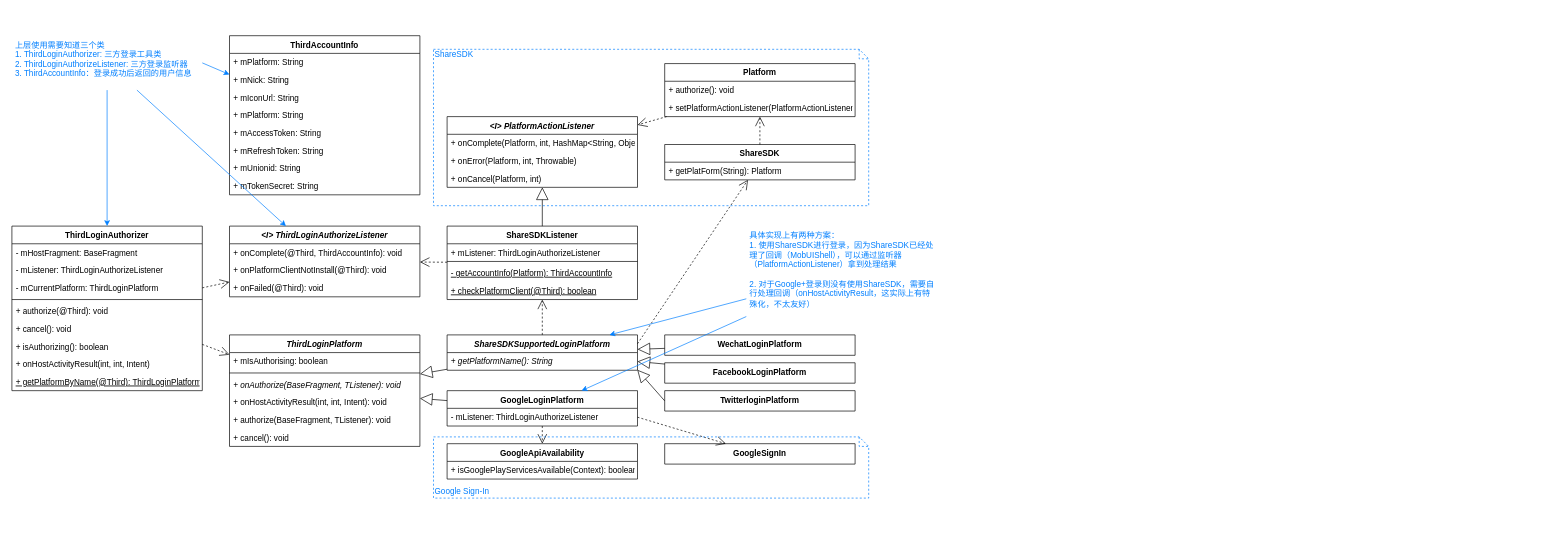
Above: ShareSDK.drawio in Cmdone/Draw.io (draw.io), before the change. Source tidied: cells renumbered, new cells numbered last; positions are measured from the earlier drawing's top-left corner, leaving out a move shared by most shapes. Both pictures are drawn from the tidied source at 68%, with x=0, y=0 at pixel (12, 35).
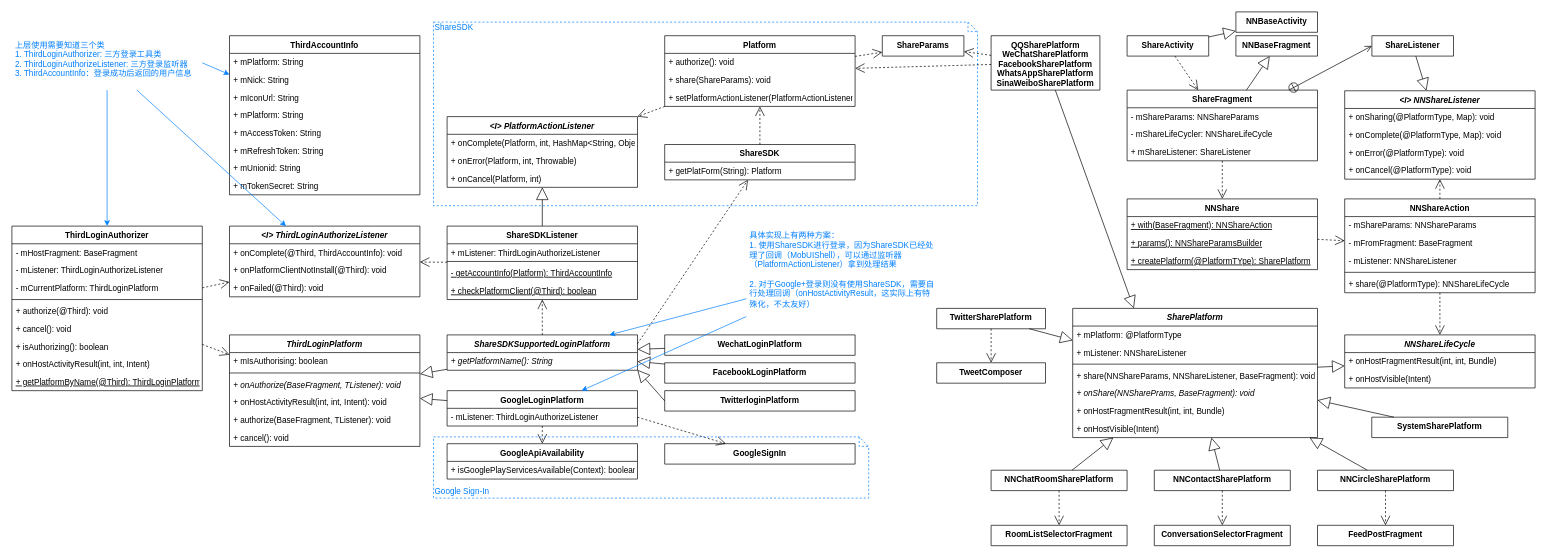
The same page after the edit.

What changed in the source:
```diff
@@
+    <mxCell id="78" value="ShareSDK" style="shape=note;whiteSpace=wrap;html=1;size=14;verticalAlign=top;align=left;spacingTop=-6;fontColor=#007FFF;fillColor=none;dashed=1;perimeterSpacing=0;strokeColor=#007FFF;" parent="1" vertex="1">
+      <mxGeometry x="620" y="-20" width="800" height="270" as="geometry" />
+    </mxCell>
@@
     <mxCell id="44" value="Platform" style="swimlane;fontStyle=1;align=center;verticalAlign=top;horizontal=1;startSize=26;" parent="1" vertex="1">
-      <mxGeometry x="960" y="41" width="280" height="78" as="geometry" />
+      <mxGeometry x="960" width="280" height="104" as="geometry" />
     </mxCell>
@@
+    <mxCell id="80" value="+ share(ShareParams): void" style="text;strokeColor=none;fillColor=none;align=left;verticalAlign=top;spacingLeft=4;spacingRight=4;overflow=hidden;fontStyle=0;" parent="44" vertex="1">
+      <mxGeometry y="52" width="280" height="26" as="geometry" />
+    </mxCell>
     <mxCell id="46" value="+ setPlatformActionListener(PlatformActionListener)" style="text;strokeColor=none;fillColor=none;align=left;verticalAlign=top;spacingLeft=4;spacingRight=4;overflow=hidden;" parent="44" vertex="1">
-      <mxGeometry y="52" width="280" height="26" as="geometry" />
+      <mxGeometry y="78" width="280" height="26" as="geometry" />
     </mxCell>
@@
-    <mxCell id="78" value="ShareSDK" style="shape=note;whiteSpace=wrap;html=1;size=14;verticalAlign=top;align=left;spacingTop=-6;fontColor=#007FFF;fillColor=none;dashed=1;perimeterSpacing=0;strokeColor=#007FFF;" parent="1" vertex="1">
-      <mxGeometry x="620" y="20" width="640" height="230" as="geometry" />
-    </mxCell>
@@
+    <mxCell id="81" value="ShareParams" style="swimlane;fontStyle=1;align=center;verticalAlign=top;horizontal=1;startSize=30;" parent="1" vertex="1">
+      <mxGeometry x="1280" width="120" height="30" as="geometry" />
+    </mxCell>
+    <mxCell id="82" style="endArrow=open;endSize=12;dashed=1;html=1;" parent="1" edge="1" source="44" target="81">
+      <mxGeometry relative="1" as="geometry" />
+    </mxCell>
+    <mxCell id="83" value="ShareActivity" style="swimlane;fontStyle=1;align=center;verticalAlign=top;horizontal=1;startSize=30;" parent="1" vertex="1">
+      <mxGeometry x="1640" width="120" height="30" as="geometry" />
+    </mxCell>
+    <mxCell id="84" style="endArrow=open;endSize=12;dashed=1;html=1;" parent="1" edge="1" source="83" target="85">
+      <mxGeometry relative="1" as="geometry" />
+    </mxCell>
+    <mxCell id="85" value="ShareFragment" style="swimlane;fontStyle=1;align=center;verticalAlign=top;horizontal=1;startSize=26;" parent="1" vertex="1">
+      <mxGeometry x="1640" y="80" width="280" height="104" as="geometry" />
+    </mxCell>
+    <mxCell id="86" value="- mShareParams: NNShareParams" style="text;strokeColor=none;fillColor=none;align=left;verticalAlign=top;spacingLeft=4;spacingRight=4;overflow=hidden;fontStyle=0;" parent="85" vertex="1">
+      <mxGeometry y="26" width="280" height="26" as="geometry" />
+    </mxCell>
+    <mxCell id="87" value="- mShareLifeCycler: NNShareLifeCycle" style="text;strokeColor=none;fillColor=none;align=left;verticalAlign=top;spacingLeft=4;spacingRight=4;overflow=hidden;fontStyle=0;" parent="85" vertex="1">
+      <mxGeometry y="52" width="280" height="26" as="geometry" />
+    </mxCell>
+    <mxCell id="88" value="+ mShareListener: ShareListener" style="text;strokeColor=none;fillColor=none;align=left;verticalAlign=top;spacingLeft=4;spacingRight=4;overflow=hidden;" parent="85" vertex="1">
+      <mxGeometry y="78" width="280" height="26" as="geometry" />
+    </mxCell>
+    <mxCell id="89" value="NNBaseActivity" style="swimlane;fontStyle=1;align=center;verticalAlign=top;horizontal=1;startSize=30;" parent="1" vertex="1">
+      <mxGeometry x="1800" y="-35" width="120" height="30" as="geometry" />
+    </mxCell>
+    <mxCell id="90" value="NNBaseFragment" style="swimlane;fontStyle=1;align=center;verticalAlign=top;horizontal=1;startSize=30;" parent="1" vertex="1">
+      <mxGeometry x="1800" width="120" height="30" as="geometry" />
+    </mxCell>
+    <mxCell id="91" style="endArrow=block;endSize=16;endFill=0;html=1;strokeColor=#000000;fontColor=#007FFF;" parent="1" edge="1" source="83" target="89">
+      <mxGeometry relative="1" as="geometry" />
+    </mxCell>
+    <mxCell id="92" style="endArrow=block;endSize=16;endFill=0;html=1;strokeColor=#000000;fontColor=#007FFF;" parent="1" edge="1" source="85" target="90">
+      <mxGeometry relative="1" as="geometry" />
+    </mxCell>
+    <mxCell id="93" value="ShareListener" style="swimlane;fontStyle=1;align=center;verticalAlign=top;horizontal=1;startSize=30;" parent="1" vertex="1" collapsed="1">
+      <mxGeometry x="2000" width="120" height="30" as="geometry" />
+    </mxCell>
+    <mxCell id="94" style="endArrow=open;startArrow=circlePlus;endFill=0;startFill=0;endSize=8;html=1;strokeColor=#000000;fontColor=#007FFF;" parent="1" edge="1" source="85">
+      <mxGeometry relative="1" as="geometry">
+        <mxPoint x="2000" y="15" as="targetPoint" />
+      </mxGeometry>
+    </mxCell>
+    <mxCell id="95" value="&lt;I&gt; NNShareListener" style="swimlane;fontStyle=3;align=center;verticalAlign=top;horizontal=1;startSize=26;" parent="1" vertex="1">
+      <mxGeometry x="1960" y="81" width="280" height="130" as="geometry" />
+    </mxCell>
+    <mxCell id="96" value="+ onSharing(@PlatformType, Map): void" style="text;strokeColor=none;fillColor=none;align=left;verticalAlign=top;spacingLeft=4;spacingRight=4;overflow=hidden;fontStyle=0;" parent="95" vertex="1">
+      <mxGeometry y="26" width="280" height="26" as="geometry" />
+    </mxCell>
+    <mxCell id="97" value="+ onComplete(@PlatformType, Map): void" style="text;strokeColor=none;fillColor=none;align=left;verticalAlign=top;spacingLeft=4;spacingRight=4;overflow=hidden;fontStyle=0;" parent="95" vertex="1">
+      <mxGeometry y="52" width="280" height="26" as="geometry" />
+    </mxCell>
+    <mxCell id="98" value="+ onError(@PlatformType): void" style="text;strokeColor=none;fillColor=none;align=left;verticalAlign=top;spacingLeft=4;spacingRight=4;overflow=hidden;" parent="95" vertex="1">
+      <mxGeometry y="78" width="280" height="26" as="geometry" />
+    </mxCell>
+    <mxCell id="99" value="+ onCancel(@PlatformType): void" style="text;strokeColor=none;fillColor=none;align=left;verticalAlign=top;spacingLeft=4;spacingRight=4;overflow=hidden;" parent="95" vertex="1">
+      <mxGeometry y="104" width="280" height="26" as="geometry" />
+    </mxCell>
+    <mxCell id="100" style="endArrow=block;endSize=16;endFill=0;html=1;strokeColor=#000000;fontColor=#007FFF;" parent="1" edge="1" source="93" target="95">
+      <mxGeometry relative="1" as="geometry" />
+    </mxCell>
+    <mxCell id="101" value="NNShare" style="swimlane;fontStyle=1;align=center;verticalAlign=top;horizontal=1;startSize=26;" parent="1" vertex="1">
+      <mxGeometry x="1640" y="240" width="280" height="104" as="geometry" />
+    </mxCell>
+    <mxCell id="102" value="+ with(BaseFragment): NNShareAction" style="text;strokeColor=none;fillColor=none;align=left;verticalAlign=top;spacingLeft=4;spacingRight=4;overflow=hidden;fontStyle=4;" parent="101" vertex="1">
+      <mxGeometry y="26" width="280" height="26" as="geometry" />
+    </mxCell>
+    <mxCell id="103" value="+ params(): NNShareParamsBuilder" style="text;strokeColor=none;fillColor=none;align=left;verticalAlign=top;spacingLeft=4;spacingRight=4;overflow=hidden;fontStyle=4;" parent="101" vertex="1">
+      <mxGeometry y="52" width="280" height="26" as="geometry" />
+    </mxCell>
+    <mxCell id="104" value="+ createPlatform(@PlatformTYpe): SharePlatform" style="text;strokeColor=none;fillColor=none;align=left;verticalAlign=top;spacingLeft=4;spacingRight=4;overflow=hidden;fontStyle=4;" parent="101" vertex="1">
+      <mxGeometry y="78" width="280" height="26" as="geometry" />
+    </mxCell>
+    <mxCell id="105" value="NNShareAction" style="swimlane;fontStyle=1;align=center;verticalAlign=top;horizontal=1;startSize=26;" parent="1" vertex="1">
+      <mxGeometry x="1960" y="240" width="280" height="138" as="geometry" />
+    </mxCell>
+    <mxCell id="106" value="- mShareParams: NNShareParams" style="text;strokeColor=none;fillColor=none;align=left;verticalAlign=top;spacingLeft=4;spacingRight=4;overflow=hidden;fontStyle=0;" parent="105" vertex="1">
+      <mxGeometry y="26" width="280" height="26" as="geometry" />
+    </mxCell>
+    <mxCell id="107" value="- mFromFragment: BaseFragment" style="text;strokeColor=none;fillColor=none;align=left;verticalAlign=top;spacingLeft=4;spacingRight=4;overflow=hidden;fontStyle=0;" parent="105" vertex="1">
+      <mxGeometry y="52" width="280" height="26" as="geometry" />
+    </mxCell>
+    <mxCell id="108" value="- mListener: NNShareListener" style="text;strokeColor=none;fillColor=none;align=left;verticalAlign=top;spacingLeft=4;spacingRight=4;overflow=hidden;fontStyle=0;" parent="105" vertex="1">
+      <mxGeometry y="78" width="280" height="26" as="geometry" />
+    </mxCell>
+    <mxCell id="109" style="line;strokeWidth=1;fillColor=none;align=left;verticalAlign=middle;spacingTop=-1;spacingLeft=3;spacingRight=3;labelPosition=right;fontColor=#007FFF;" parent="105" vertex="1">
+      <mxGeometry y="104" width="280" height="8" as="geometry" />
+    </mxCell>
+    <mxCell id="110" value="+ share(@PlatformType): NNShareLifeCycle" style="text;strokeColor=none;fillColor=none;align=left;verticalAlign=top;spacingLeft=4;spacingRight=4;overflow=hidden;fontStyle=0;" parent="105" vertex="1">
+      <mxGeometry y="112" width="280" height="26" as="geometry" />
+    </mxCell>
+    <mxCell id="111" style="endArrow=open;endSize=12;dashed=1;html=1;strokeColor=#000000;fontColor=#007FFF;" parent="1" edge="1" source="85" target="101">
+      <mxGeometry relative="1" as="geometry" />
+    </mxCell>
+    <mxCell id="112" style="endArrow=open;endSize=12;dashed=1;html=1;strokeColor=#000000;fontColor=#007FFF;" parent="1" edge="1" source="101" target="105">
+      <mxGeometry relative="1" as="geometry" />
+    </mxCell>
+    <mxCell id="113" style="endArrow=open;endSize=12;dashed=1;html=1;strokeColor=#000000;fontColor=#007FFF;" parent="1" edge="1" source="105" target="95">
+      <mxGeometry relative="1" as="geometry" />
+    </mxCell>
+    <mxCell id="114" value="NNShareLifeCycle" style="swimlane;fontStyle=3;align=center;verticalAlign=top;horizontal=1;startSize=26;" parent="1" vertex="1">
+      <mxGeometry x="1960" y="440" width="280" height="78" as="geometry" />
+    </mxCell>
+    <mxCell id="115" value="+ onHostFragmentResult(int, int, Bundle)" style="text;strokeColor=none;fillColor=none;align=left;verticalAlign=top;spacingLeft=4;spacingRight=4;overflow=hidden;fontStyle=0;" parent="114" vertex="1">
+      <mxGeometry y="26" width="280" height="26" as="geometry" />
+    </mxCell>
+    <mxCell id="116" value="+ onHostVisible(Intent)" style="text;strokeColor=none;fillColor=none;align=left;verticalAlign=top;spacingLeft=4;spacingRight=4;overflow=hidden;fontStyle=0;" parent="114" vertex="1">
+      <mxGeometry y="52" width="280" height="26" as="geometry" />
+    </mxCell>
+    <mxCell id="117" style="endArrow=open;endSize=12;dashed=1;html=1;strokeColor=#000000;fontColor=#007FFF;" parent="1" edge="1" source="105" target="114">
+      <mxGeometry relative="1" as="geometry" />
+    </mxCell>
+    <mxCell id="118" value="SharePlatform" style="swimlane;fontStyle=3;align=center;verticalAlign=top;horizontal=1;startSize=26;" parent="1" vertex="1">
+      <mxGeometry x="1560" y="401" width="360" height="190" as="geometry" />
+    </mxCell>
+    <mxCell id="119" value="+ mPlatform: @PlatformType" style="text;strokeColor=none;fillColor=none;align=left;verticalAlign=top;spacingLeft=4;spacingRight=4;overflow=hidden;fontStyle=0;" parent="118" vertex="1">
+      <mxGeometry y="26" width="360" height="26" as="geometry" />
+    </mxCell>
+    <mxCell id="120" value="+ mListener: NNShareListener" style="text;strokeColor=none;fillColor=none;align=left;verticalAlign=top;spacingLeft=4;spacingRight=4;overflow=hidden;fontStyle=0;" parent="118" vertex="1">
+      <mxGeometry y="52" width="360" height="26" as="geometry" />
+    </mxCell>
+    <mxCell id="121" style="line;strokeWidth=1;fillColor=none;align=left;verticalAlign=middle;spacingTop=-1;spacingLeft=3;spacingRight=3;labelPosition=right;fontColor=#007FFF;" parent="118" vertex="1">
+      <mxGeometry y="78" width="360" height="8" as="geometry" />
+    </mxCell>
+    <mxCell id="122" value="+ share(NNShareParams, NNShareListener, BaseFragment): void" style="text;strokeColor=none;fillColor=none;align=left;verticalAlign=top;spacingLeft=4;spacingRight=4;overflow=hidden;fontStyle=0;" parent="118" vertex="1">
+      <mxGeometry y="86" width="360" height="26" as="geometry" />
+    </mxCell>
+    <mxCell id="123" value="+ onShare(NNSharePrams, BaseFragment): void" style="text;strokeColor=none;fillColor=none;align=left;verticalAlign=top;spacingLeft=4;spacingRight=4;overflow=hidden;fontStyle=2;" parent="118" vertex="1">
+      <mxGeometry y="112" width="360" height="26" as="geometry" />
+    </mxCell>
+    <mxCell id="124" value="+ onHostFragmentResult(int, int, Bundle)" style="text;strokeColor=none;fillColor=none;align=left;verticalAlign=top;spacingLeft=4;spacingRight=4;overflow=hidden;fontStyle=0;" parent="118" vertex="1">
+      <mxGeometry y="138" width="360" height="26" as="geometry" />
+    </mxCell>
+    <mxCell id="125" value="+ onHostVisible(Intent)" style="text;strokeColor=none;fillColor=none;align=left;verticalAlign=top;spacingLeft=4;spacingRight=4;overflow=hidden;fontStyle=0;" parent="118" vertex="1">
+      <mxGeometry y="164" width="360" height="26" as="geometry" />
+    </mxCell>
+    <mxCell id="126" style="endArrow=block;endSize=16;endFill=0;html=1;strokeColor=#000000;fontColor=#007FFF;" parent="1" edge="1" source="118" target="114">
+      <mxGeometry relative="1" as="geometry" />
+    </mxCell>
+    <mxCell id="127" value="QQSharePlatform&#10;WeChatSharePlatform&#10;FacebookSharePlatform&#10;WhatsAppSharePlatform&#10;SinaWeiboSharePlatform&#10;" style="swimlane;fontStyle=1;align=center;verticalAlign=top;horizontal=1;startSize=90;" parent="1" vertex="1">
+      <mxGeometry x="1440" width="160" height="80" as="geometry" />
+    </mxCell>
+    <mxCell id="128" style="endArrow=open;endSize=12;dashed=1;html=1;" parent="1" edge="1" source="127" target="81">
+      <mxGeometry relative="1" as="geometry" />
+    </mxCell>
+    <mxCell id="129" style="endArrow=open;endSize=12;dashed=1;html=1;" parent="1" edge="1" source="127" target="44">
+      <mxGeometry relative="1" as="geometry" />
+    </mxCell>
+    <mxCell id="130" style="endArrow=block;endSize=16;endFill=0;html=1;strokeColor=#000000;fontColor=#007FFF;entryX=0.25;entryY=0;entryDx=0;entryDy=0;" parent="1" edge="1" source="127" target="118">
+      <mxGeometry relative="1" as="geometry" />
+    </mxCell>
+    <mxCell id="131" value="NNChatRoomSharePlatform" style="swimlane;fontStyle=1;align=center;verticalAlign=top;horizontal=1;startSize=30;" parent="1" vertex="1">
+      <mxGeometry x="1440" y="639" width="200" height="30" as="geometry" />
+    </mxCell>
+    <mxCell id="132" style="endArrow=block;endSize=16;endFill=0;html=1;strokeColor=#000000;fontColor=#007FFF;" parent="1" edge="1" source="131" target="118">
+      <mxGeometry relative="1" as="geometry" />
+    </mxCell>
+    <mxCell id="133" value="RoomListSelectorFragment" style="swimlane;fontStyle=1;align=center;verticalAlign=top;horizontal=1;startSize=30;" parent="1" vertex="1">
+      <mxGeometry x="1440" y="720" width="200" height="30" as="geometry" />
+    </mxCell>
+    <mxCell id="134" style="endArrow=open;endSize=12;dashed=1;html=1;strokeColor=#000000;fontColor=#007FFF;" parent="1" edge="1" source="131" target="133">
+      <mxGeometry relative="1" as="geometry" />
+    </mxCell>
+    <mxCell id="135" value="TwitterSharePlatform" style="swimlane;fontStyle=1;align=center;verticalAlign=top;horizontal=1;startSize=30;" parent="1" vertex="1">
+      <mxGeometry x="1360" y="401" width="160" height="30" as="geometry" />
+    </mxCell>
+    <mxCell id="136" value="TweetComposer" style="swimlane;fontStyle=1;align=center;verticalAlign=top;horizontal=1;startSize=30;" parent="1" vertex="1">
+      <mxGeometry x="1360" y="481" width="160" height="30" as="geometry" />
+    </mxCell>
+    <mxCell id="137" style="endArrow=block;endSize=16;endFill=0;html=1;strokeColor=#000000;fontColor=#007FFF;" parent="1" edge="1" source="135" target="118">
+      <mxGeometry relative="1" as="geometry" />
+    </mxCell>
+    <mxCell id="138" style="endArrow=open;endSize=12;dashed=1;html=1;strokeColor=#000000;fontColor=#007FFF;" parent="1" edge="1" source="135" target="136">
+      <mxGeometry relative="1" as="geometry" />
+    </mxCell>
+    <mxCell id="139" value="NNContactSharePlatform" style="swimlane;fontStyle=1;align=center;verticalAlign=top;horizontal=1;startSize=30;" parent="1" vertex="1">
+      <mxGeometry x="1680" y="639" width="200" height="30" as="geometry" />
+    </mxCell>
+    <mxCell id="140" value="ConversationSelectorFragment" style="swimlane;fontStyle=1;align=center;verticalAlign=top;horizontal=1;startSize=30;" parent="1" vertex="1">
+      <mxGeometry x="1680" y="720" width="200" height="30" as="geometry" />
+    </mxCell>
+    <mxCell id="141" style="endArrow=open;endSize=12;dashed=1;html=1;strokeColor=#000000;fontColor=#007FFF;" parent="1" edge="1" source="139" target="140">
+      <mxGeometry relative="1" as="geometry" />
+    </mxCell>
+    <mxCell id="142" style="endArrow=block;endSize=16;endFill=0;html=1;strokeColor=#000000;fontColor=#007FFF;" parent="1" edge="1" source="139" target="118">
+      <mxGeometry relative="1" as="geometry" />
+    </mxCell>
+    <mxCell id="143" value="NNCircleSharePlatform" style="swimlane;fontStyle=1;align=center;verticalAlign=top;horizontal=1;startSize=30;" parent="1" vertex="1">
+      <mxGeometry x="1920" y="639" width="200" height="30" as="geometry" />
+    </mxCell>
+    <mxCell id="144" value="FeedPostFragment" style="swimlane;fontStyle=1;align=center;verticalAlign=top;horizontal=1;startSize=30;" parent="1" vertex="1">
+      <mxGeometry x="1920" y="720" width="200" height="30" as="geometry" />
+    </mxCell>
+    <mxCell id="145" style="endArrow=open;endSize=12;dashed=1;html=1;strokeColor=#000000;fontColor=#007FFF;" parent="1" edge="1" source="143" target="144">
+      <mxGeometry relative="1" as="geometry" />
+    </mxCell>
+    <mxCell id="146" style="endArrow=block;endSize=16;endFill=0;html=1;strokeColor=#000000;fontColor=#007FFF;" parent="1" edge="1" source="143" target="118">
+      <mxGeometry relative="1" as="geometry" />
+    </mxCell>
+    <mxCell id="147" value="SystemSharePlatform" style="swimlane;fontStyle=1;align=center;verticalAlign=top;horizontal=1;startSize=30;" parent="1" vertex="1">
+      <mxGeometry x="1999.8" y="561" width="200" height="30" as="geometry" />
+    </mxCell>
+    <mxCell id="148" style="endArrow=block;endSize=16;endFill=0;html=1;strokeColor=#000000;fontColor=#007FFF;" parent="1" edge="1" source="147" target="118">
+      <mxGeometry relative="1" as="geometry" />
+    </mxCell>
```
